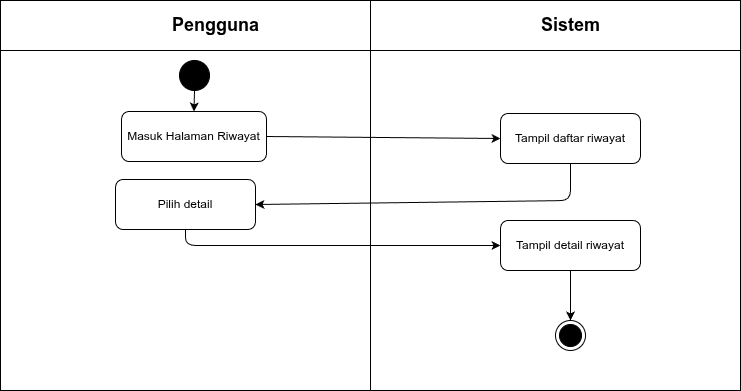
RajaSunrise/kangkungku keeps this draw.io diagram as diagram/activity/pengguna/lihat-detail-riwayat.png. Above is the earlier version. Source tidied: cells renumbered, new cells last; positions are measured from the earlier drawing's top-left corner, leaving out a move shared by most shapes.
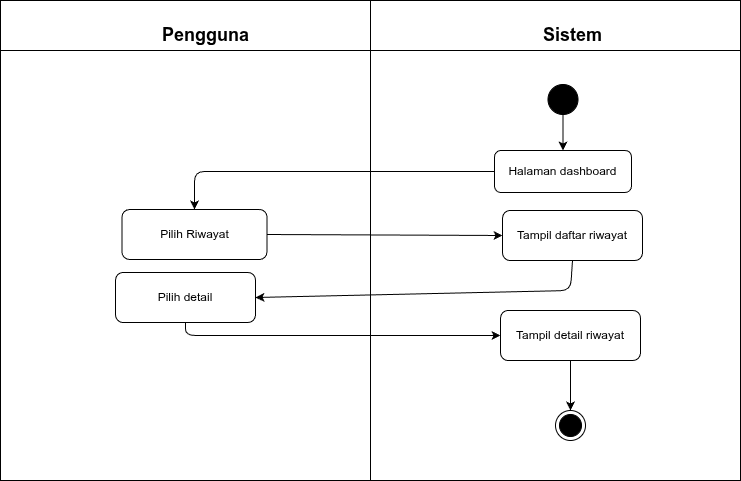
Above is the later version.

Diff of the diagram source:
```diff
@@ -3,25 +3,28 @@
     <mxCell id="0" />
     <mxCell id="1" parent="0" />
     <mxCell id="2" style="shape=internalStorage;whiteSpace=wrap;html=1;backgroundOutline=1;dx=370;dy=50;" parent="1" vertex="1">
-      <mxGeometry width="740" height="390" as="geometry" />
+      <mxGeometry y="-90" width="740" height="480" as="geometry" />
     </mxCell>
     <mxCell id="3" value="Pengguna" style="text;html=1;strokeColor=none;fillColor=none;align=center;verticalAlign=middle;rounded=1;fontSize=18;fontStyle=1;" parent="1" vertex="1">
-      <mxGeometry x="165" y="10" width="100" height="30" as="geometry" />
+      <mxGeometry x="155" y="-70" width="100" height="30" as="geometry" />
     </mxCell>
     <mxCell id="4" value="Sistem" style="text;html=1;strokeColor=none;fillColor=none;align=center;verticalAlign=middle;rounded=1;fontSize=18;fontStyle=1;" parent="1" vertex="1">
-      <mxGeometry x="535" y="10" width="70" height="30" as="geometry" />
+      <mxGeometry x="537" y="-70" width="70" height="30" as="geometry" />
     </mxCell>
+    <mxCell id="16" style="edgeStyle=none;html=1;" parent="1" edge="1" source="5" target="18">
+      <mxGeometry relative="1" as="geometry" />
+    </mxCell>
     <mxCell id="5" style="ellipse;whiteSpace=wrap;html=1;fillColor=#000000;strokeColor=#000000;" parent="1" vertex="1">
-      <mxGeometry x="179" y="60" width="30" height="30" as="geometry" />
+      <mxGeometry x="547.5" y="-6" width="30" height="30" as="geometry" />
     </mxCell>
     <mxCell id="6" value="Tampil daftar riwayat" style="rounded=1;whiteSpace=wrap;html=1;" parent="1" vertex="1">
-      <mxGeometry x="500" y="113" width="140" height="50" as="geometry" />
+      <mxGeometry x="502" y="120" width="140" height="50" as="geometry" />
     </mxCell>
-    <mxCell id="7" style="endArrow=classic;html=1;exitX=0.5;exitY=1;entryX=0.5;entryY=0;entryDx=0;entryDy=0;" parent="1" edge="1" source="5" target="14">
+    <mxCell id="7" style="endArrow=classic;html=1;exitX=0.5;exitY=1;entryX=0.5;entryY=0;entryDx=0;entryDy=0;" parent="1" edge="1" source="5" target="18">
       <mxGeometry relative="1" as="geometry" />
     </mxCell>
     <mxCell id="8" value="Pilih detail" style="rounded=1;whiteSpace=wrap;html=1;" parent="1" vertex="1">
-      <mxGeometry x="115" y="179" width="140" height="50" as="geometry" />
+      <mxGeometry x="115" y="182" width="140" height="50" as="geometry" />
     </mxCell>
     <mxCell id="9" style="endArrow=classic;html=1;exitX=0.5;exitY=1;entryX=1;entryY=0.5;exitDx=0;exitDy=0;" parent="1" edge="1" source="6" target="8">
       <mxGeometry relative="1" as="geometry">
@@ -46,11 +49,21 @@
     <mxCell id="13" style="endArrow=classic;html=1;exitX=0.5;exitY=1;entryX=0.5;entryY=0;" parent="1" edge="1" source="10" target="12">
       <mxGeometry relative="1" as="geometry" />
     </mxCell>
-    <mxCell id="14" value="Masuk Halaman Riwayat" style="rounded=1;whiteSpace=wrap;html=1;" parent="1" vertex="1">
-      <mxGeometry x="121" y="111" width="145" height="50" as="geometry" />
+    <mxCell id="14" value="Pilih Riwayat" style="rounded=1;whiteSpace=wrap;html=1;" parent="1" vertex="1">
+      <mxGeometry x="121.5" y="119" width="145" height="50" as="geometry" />
     </mxCell>
     <mxCell id="15" style="endArrow=classic;html=1;exitX=1;exitY=0.5;exitDx=0;exitDy=0;entryX=0;entryY=0.5;entryDx=0;entryDy=0;" parent="1" edge="1" source="14" target="6">
       <mxGeometry relative="1" as="geometry" />
     </mxCell>
+    <mxCell id="17" style="edgeStyle=none;html=1;entryX=0.5;entryY=0;entryDx=0;entryDy=0;" parent="1" edge="1" source="18" target="14">
+      <mxGeometry relative="1" as="geometry">
+        <Array as="points">
+          <mxPoint x="194" y="81" />
+        </Array>
+      </mxGeometry>
+    </mxCell>
+    <mxCell id="18" value="Halaman dashboard" style="rounded=1;whiteSpace=wrap;html=1;" parent="1" vertex="1">
+      <mxGeometry x="494" y="60" width="137" height="42" as="geometry" />
+    </mxCell>
   </root>
 </mxGraphModel>
```
